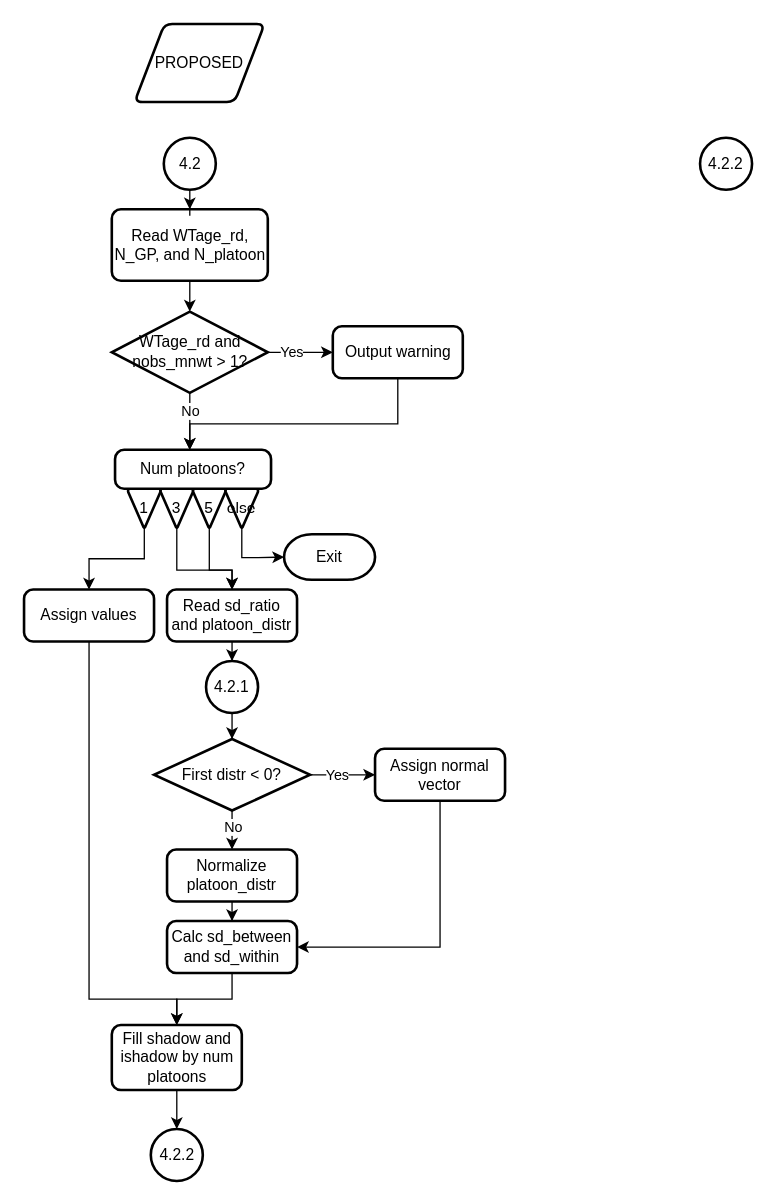
This is readControl_4-2_proposed.drawio from nschindler-noaa/ss-flowcharts, a draw.io file, before an edit. Source tidied: cells renumbered, new cells numbered last; positions are measured from the earlier drawing's top-left corner, leaving out a move shared by most shapes. Both pictures are drawn from the tidied source at 130%, with x=0, y=0 at pixel (23, 23).
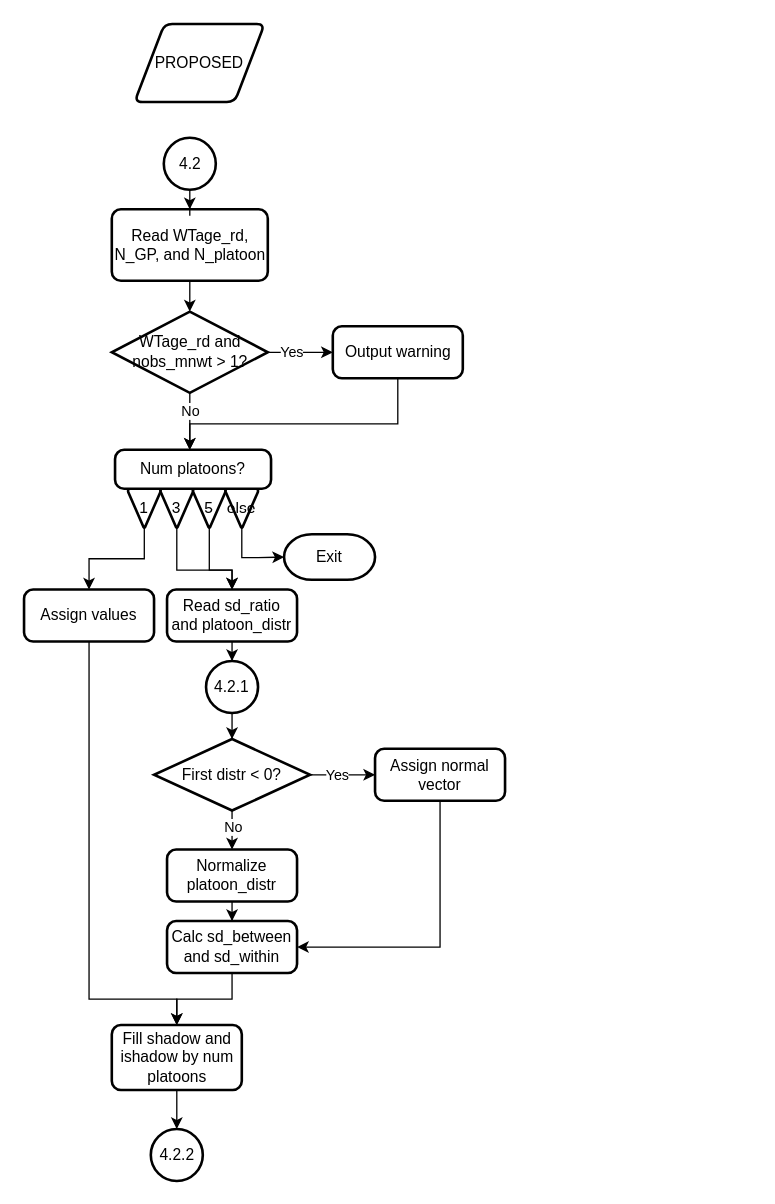
The same page after the edit.

The edit, as a diff of the source:
```diff
@@
-    <mxCell id="46" value="4.2.2" style="strokeWidth=2;html=1;shape=mxgraph.flowchart.start_2;whiteSpace=wrap;" parent="1" vertex="1">
-      <mxGeometry x="520" y="87.5" width="40" height="40" as="geometry" />
-    </mxCell>
```
